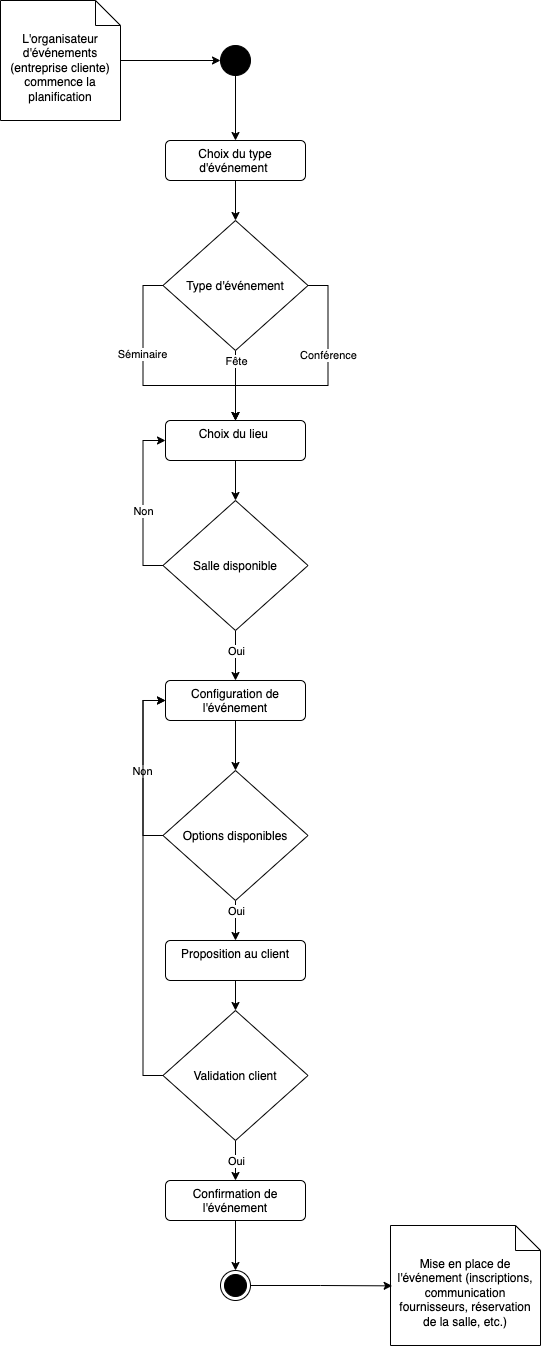
Earlier version of the draw.io export UML/Exercices/Correction/03a - Diagramme d'Activité - Diagramme.png (nicolasvauchenet/cours_methodologie_1_formateur). Source tidied: cells renumbered, new cells last; positions are measured from the earlier drawing's top-left corner, leaving out a move shared by most shapes.
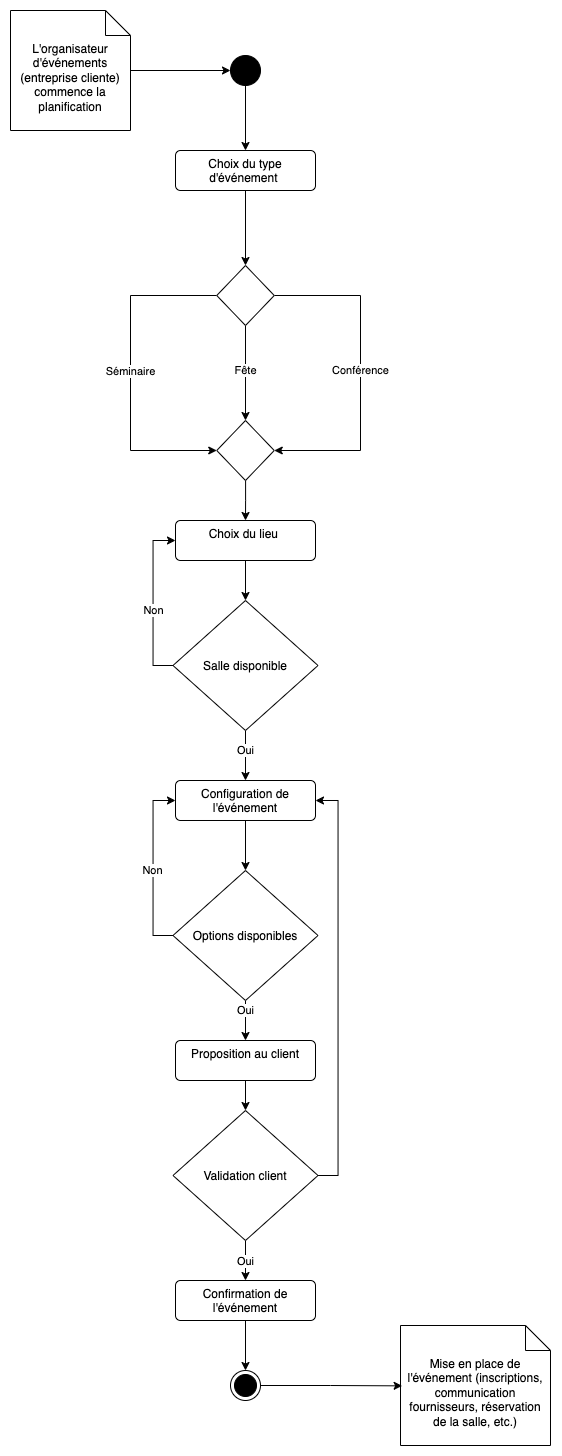
The same diagram one commit later.

Change to the diagram source:
```diff
@@ -6,43 +6,41 @@
       <mxGeometry relative="1" as="geometry" />
     </mxCell>
     <mxCell id="3" value="L'organisateur d'événements (entreprise cliente) commence la planification" style="shape=note2;boundedLbl=1;whiteSpace=wrap;html=1;size=25;verticalAlign=top;align=center;" parent="1" vertex="1">
-      <mxGeometry width="120" height="120" as="geometry" />
+      <mxGeometry y="-90" width="120" height="120" as="geometry" />
     </mxCell>
     <mxCell id="4" style="edgeStyle=orthogonalEdgeStyle;rounded=0;jettySize=auto;html=1;" parent="1" edge="1" source="5" target="7">
       <mxGeometry relative="1" as="geometry" />
     </mxCell>
     <mxCell id="5" style="ellipse;fillColor=strokeColor;html=1;" parent="1" vertex="1">
-      <mxGeometry x="220" y="45" width="30" height="30" as="geometry" />
+      <mxGeometry x="220" y="-45" width="30" height="30" as="geometry" />
     </mxCell>
-    <mxCell id="6" style="edgeStyle=orthogonalEdgeStyle;rounded=0;jettySize=auto;html=1;entryX=0.5;entryY=0;entryDx=0;entryDy=0;" parent="1" edge="1" source="7" target="14">
+    <mxCell id="6" style="edgeStyle=orthogonalEdgeStyle;rounded=0;jettySize=auto;html=1;entryX=0.5;entryY=0;entryDx=0;entryDy=0;" parent="1" edge="1" source="7" target="43">
       <mxGeometry relative="1" as="geometry" />
     </mxCell>
     <mxCell id="7" value="Choix du type d'événement&amp;nbsp;" style="html=1;align=center;verticalAlign=top;rounded=1;absoluteArcSize=1;arcSize=10;dashed=0;whiteSpace=wrap;" parent="1" vertex="1">
-      <mxGeometry x="165" y="140" width="140" height="40" as="geometry" />
+      <mxGeometry x="165" y="50" width="140" height="40" as="geometry" />
     </mxCell>
-    <mxCell id="8" style="edgeStyle=orthogonalEdgeStyle;rounded=0;jettySize=auto;html=1;entryX=0.5;entryY=0;entryDx=0;entryDy=0;exitX=0;exitY=0.5;exitDx=0;exitDy=0;" parent="1" edge="1" source="14" target="16">
-      <mxGeometry relative="1" as="geometry" />
-    </mxCell>
-    <mxCell id="9" value="Séminaire" style="edgeLabel;html=1;align=center;verticalAlign=middle;" parent="8" vertex="1">
-      <mxGeometry x="-0.29" y="-1" relative="1" as="geometry" />
-    </mxCell>
-    <mxCell id="10" style="edgeStyle=orthogonalEdgeStyle;rounded=0;jettySize=auto;html=1;entryX=0.5;entryY=0;entryDx=0;entryDy=0;exitX=1;exitY=0.5;exitDx=0;exitDy=0;" parent="1" edge="1" source="14" target="16">
-      <mxGeometry relative="1" as="geometry" />
+    <mxCell id="10" style="edgeStyle=orthogonalEdgeStyle;rounded=0;jettySize=auto;html=1;exitX=1;exitY=0.5;exitDx=0;exitDy=0;entryX=1;entryY=0.5;entryDx=0;entryDy=0;" parent="1" edge="1" source="43" target="42">
+      <mxGeometry relative="1" as="geometry">
+        <Array as="points">
+          <mxPoint x="350" y="195" />
+          <mxPoint x="350" y="350" />
+        </Array>
+      </mxGeometry>
     </mxCell>
     <mxCell id="11" value="Conférence" style="edgeLabel;html=1;align=center;verticalAlign=middle;" parent="10" vertex="1">
-      <mxGeometry x="-0.28" relative="1" as="geometry" />
+      <mxGeometry x="-0.28" relative="1" as="geometry">
+        <mxPoint y="43" as="offset" />
+      </mxGeometry>
     </mxCell>
-    <mxCell id="12" style="edgeStyle=orthogonalEdgeStyle;rounded=0;jettySize=auto;html=1;entryX=0.5;entryY=0;entryDx=0;entryDy=0;" parent="1" edge="1" source="14" target="16">
+    <mxCell id="12" style="edgeStyle=orthogonalEdgeStyle;rounded=0;jettySize=auto;html=1;entryX=0.5;entryY=0;entryDx=0;entryDy=0;exitX=0.5;exitY=1;exitDx=0;exitDy=0;" parent="1" edge="1" source="43" target="42">
       <mxGeometry relative="1" as="geometry" />
     </mxCell>
     <mxCell id="13" value="Fête" style="edgeLabel;html=1;align=center;verticalAlign=middle;" parent="12" vertex="1">
       <mxGeometry x="0.28" relative="1" as="geometry">
-        <mxPoint y="-35" as="offset" />
+        <mxPoint y="-16" as="offset" />
       </mxGeometry>
     </mxCell>
-    <mxCell id="14" value="Type d'événement" style="rhombus;" parent="1" vertex="1">
-      <mxGeometry x="162.5" y="220" width="145" height="130" as="geometry" />
-    </mxCell>
     <mxCell id="15" style="edgeStyle=orthogonalEdgeStyle;rounded=0;jettySize=auto;html=1;entryX=0.5;entryY=0;entryDx=0;entryDy=0;" parent="1" edge="1" source="16" target="21">
       <mxGeometry relative="1" as="geometry" />
     </mxCell>
@@ -99,7 +97,7 @@
     <mxCell id="30" value="Proposition au client" style="html=1;align=center;verticalAlign=top;rounded=1;absoluteArcSize=1;arcSize=10;dashed=0;whiteSpace=wrap;" parent="1" vertex="1">
       <mxGeometry x="165" y="940" width="140" height="40" as="geometry" />
     </mxCell>
-    <mxCell id="31" style="edgeStyle=orthogonalEdgeStyle;rounded=0;jettySize=auto;html=1;entryX=0;entryY=0.5;entryDx=0;entryDy=0;exitX=0;exitY=0.5;exitDx=0;exitDy=0;" parent="1" edge="1" source="34" target="23">
+    <mxCell id="31" style="edgeStyle=orthogonalEdgeStyle;rounded=0;jettySize=auto;html=1;entryX=1;entryY=0.5;entryDx=0;entryDy=0;exitX=1;exitY=0.5;exitDx=0;exitDy=0;" parent="1" edge="1" source="34" target="23">
       <mxGeometry relative="1" as="geometry" />
     </mxCell>
     <mxCell id="32" style="edgeStyle=orthogonalEdgeStyle;rounded=0;jettySize=auto;html=1;entryX=0.5;entryY=0;entryDx=0;entryDy=0;" parent="1" edge="1" source="34" target="36">
@@ -128,5 +126,27 @@
     <mxCell id="39" style="edgeStyle=orthogonalEdgeStyle;rounded=0;jettySize=auto;html=1;entryX=0.011;entryY=0.503;entryDx=0;entryDy=0;entryPerimeter=0;" parent="1" edge="1" source="37" target="38">
       <mxGeometry relative="1" as="geometry" />
     </mxCell>
+    <mxCell id="40" style="edgeStyle=orthogonalEdgeStyle;rounded=0;jettySize=auto;html=1;exitX=0;exitY=0.5;exitDx=0;exitDy=0;entryX=0;entryY=0.5;entryDx=0;entryDy=0;" parent="1" edge="1" source="43" target="42">
+      <mxGeometry relative="1" as="geometry">
+        <Array as="points">
+          <mxPoint x="120" y="195" />
+          <mxPoint x="120" y="350" />
+        </Array>
+      </mxGeometry>
+    </mxCell>
+    <mxCell id="9" value="Séminaire" style="edgeLabel;html=1;align=center;verticalAlign=middle;" parent="40" vertex="1">
+      <mxGeometry x="-0.29" y="-1" relative="1" as="geometry">
+        <mxPoint x="1" y="45" as="offset" />
+      </mxGeometry>
+    </mxCell>
+    <mxCell id="41" style="edgeStyle=orthogonalEdgeStyle;rounded=0;jettySize=auto;html=1;entryX=0.5;entryY=0;entryDx=0;entryDy=0;" parent="1" edge="1" source="42" target="16">
+      <mxGeometry relative="1" as="geometry" />
+    </mxCell>
+    <mxCell id="42" style="rhombus;" parent="1" vertex="1">
+      <mxGeometry x="206.2" y="320" width="57.5" height="60" as="geometry" />
+    </mxCell>
+    <mxCell id="43" style="rhombus;" parent="1" vertex="1">
+      <mxGeometry x="206.2" y="165" width="57.5" height="60" as="geometry" />
+    </mxCell>
   </root>
 </mxGraphModel>
```
